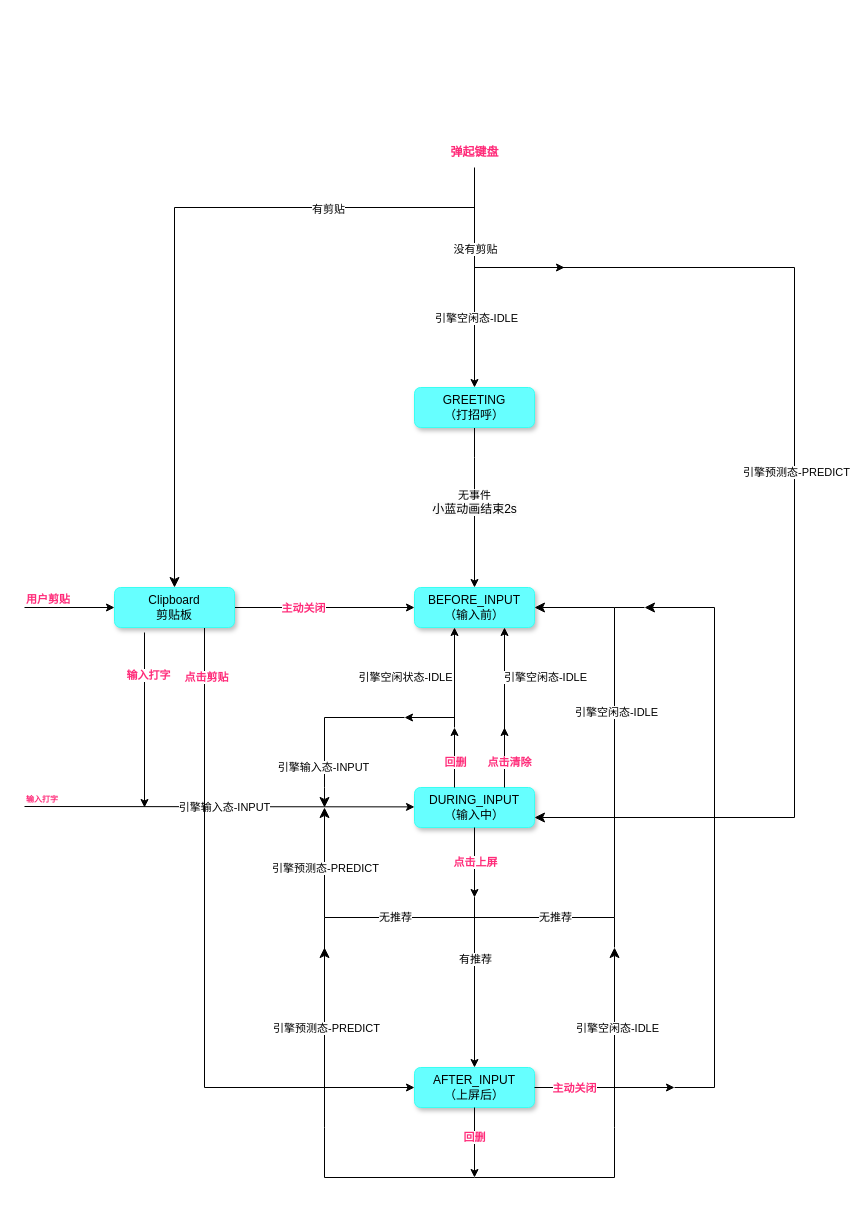
Adiudiu/test keeps this draw.io diagram as 候选状态流程图.drawio. Above is the earlier version. Source tidied: cells renumbered, new cells numbered last; positions are measured from the earlier drawing's top-left corner, leaving out a move shared by most shapes. Both pictures are drawn from the tidied source at 100%, with x=0, y=0 at pixel (24, 137).
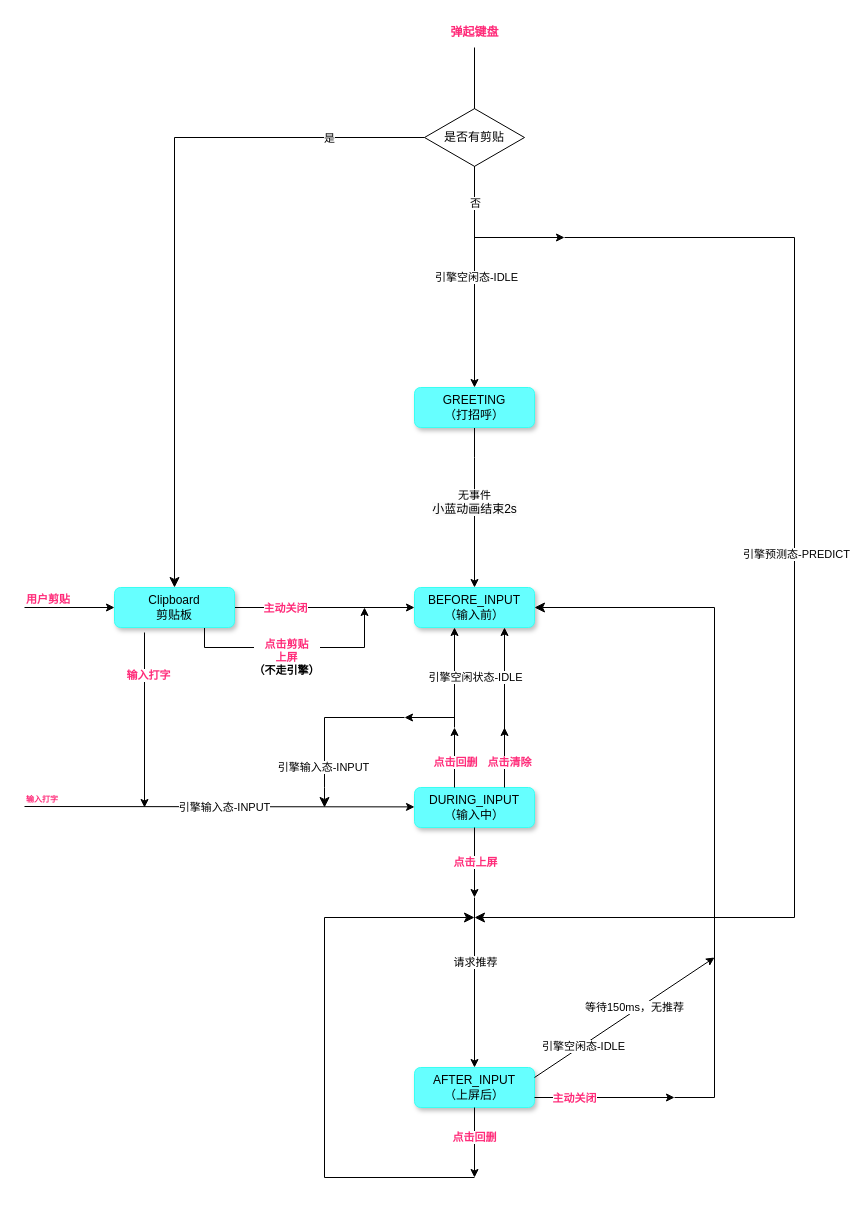
Above is the later version.

Commit message:
更新候选状态流程图.drawio

Unchanged cells that the change refers to:
```xml
<mxCell id="5" value="BEFORE_INPUT&lt;br&gt;（输入前）" style="rounded=1;whiteSpace=wrap;html=1;fontSize=12;glass=0;strokeWidth=1;shadow=1;strokeColor=#38FFF2;fillColor=#66FFFF;" parent="1" vertex="1">
  <mxGeometry x="390" y="450" width="120" height="40" as="geometry" />
</mxCell>
<mxCell id="7" value="AFTER_INPUT&lt;br&gt;（上屏后）" style="rounded=1;whiteSpace=wrap;html=1;fontSize=12;glass=0;strokeWidth=1;shadow=1;strokeColor=#38FFF2;fillColor=#66FFFF;" parent="1" vertex="1">
  <mxGeometry x="390" y="930" width="120" height="40" as="geometry" />
</mxCell>
<mxCell id="8" style="endArrow=classic;html=1;rounded=0;entryX=0.5;entryY=0;entryDx=0;entryDy=0;" parent="1" edge="1" source="57" target="4">
  <mxGeometry relative="1" as="geometry" />
</mxCell>
<mxCell id="21" style="endArrow=classic;html=1;rounded=0;" parent="1" edge="1" target="7">
  <mxGeometry relative="1" as="geometry">
    <mxPoint x="450" y="760" as="sourcePoint" />
  </mxGeometry>
</mxCell>
<mxCell id="26" style="endArrow=classic;html=1;rounded=0;entryX=0.75;entryY=1;entryDx=0;entryDy=0;" parent="1" edge="1" target="5">
  <mxGeometry relative="1" as="geometry">
    <mxPoint x="480" y="600" as="sourcePoint" />
  </mxGeometry>
</mxCell>
<mxCell id="28" style="endArrow=classic;html=1;rounded=0;" parent="1" edge="1">
  <mxGeometry relative="1" as="geometry">
    <mxPoint x="430" y="650" as="sourcePoint" />
    <mxPoint x="430" y="590" as="targetPoint" />
  </mxGeometry>
</mxCell>
<mxCell id="30" style="endArrow=classic;html=1;rounded=0;entryX=0.5;entryY=1;entryDx=0;entryDy=0;" parent="1" edge="1">
  <mxGeometry relative="1" as="geometry">
    <mxPoint x="430" y="590" as="sourcePoint" />
    <mxPoint x="430" y="490" as="targetPoint" />
  </mxGeometry>
</mxCell>
<mxCell id="34" style="endArrow=classic;html=1;rounded=0;" parent="1" edge="1">
  <mxGeometry relative="1" as="geometry">
    <mxPoint x="450" y="970" as="sourcePoint" />
    <mxPoint x="450" y="1040" as="targetPoint" />
  </mxGeometry>
</mxCell>
<mxCell id="50" style="edgeStyle=orthogonalEdgeStyle;rounded=0;jettySize=auto;html=1;" parent="1" edge="1" source="54" target="5">
  <mxGeometry relative="1" as="geometry" />
</mxCell>
<mxCell id="54" value="Clipboard&lt;br&gt;剪贴板" style="rounded=1;whiteSpace=wrap;html=1;fontSize=12;glass=0;strokeWidth=1;shadow=1;strokeColor=#38FFF2;fillColor=#66FFFF;" parent="1" vertex="1">
  <mxGeometry x="90" y="450" width="120" height="40" as="geometry" />
</mxCell>
```

The edit, as a diff of the source:
```diff
@@
     <mxCell id="9" value="引擎空闲态-IDLE" style="edgeLabel;html=1;align=center;verticalAlign=middle;" parent="8" vertex="1">
       <mxGeometry relative="1" as="geometry">
-        <mxPoint x="1" y="40" as="offset" />
+        <mxPoint x="1" y="59" as="offset" />
       </mxGeometry>
     </mxCell>
-    <mxCell id="10" value="没有剪贴" style="edgeLabel;html=1;align=center;verticalAlign=middle;" parent="8" vertex="1">
-      <mxGeometry x="-0.73" y="-1" relative="1" as="geometry">
-        <mxPoint x="1" y="51" as="offset" />
-      </mxGeometry>
-    </mxCell>
+    <mxCell id="62" value="否" style="edgeLabel;html=1;align=center;verticalAlign=middle;" parent="8" vertex="1">
+      <mxGeometry x="-0.09" relative="1" as="geometry" />
+    </mxCell>
-    <mxCell id="11" style="edgeStyle=segmentEdgeStyle;endArrow=classic;html=1;curved=0;rounded=0;endSize=8;startSize=8;entryX=1;entryY=0.5;entryDx=0;entryDy=0;" parent="1" edge="1">
+    <mxCell id="11" style="edgeStyle=segmentEdgeStyle;endArrow=classic;html=1;curved=0;rounded=0;endSize=8;startSize=8;" parent="1" edge="1">
       <mxGeometry relative="1" as="geometry">
-        <mxPoint x="490" y="130" as="sourcePoint" />
-        <mxPoint x="510" y="680" as="targetPoint" />
+        <mxPoint x="540" y="100" as="sourcePoint" />
+        <mxPoint x="450" y="780" as="targetPoint" />
         <Array as="points">
-          <mxPoint x="490" y="130" />
-          <mxPoint x="770" y="130" />
-          <mxPoint x="770" y="680" />
+          <mxPoint x="540" y="100" />
+          <mxPoint x="770" y="100" />
+          <mxPoint x="770" y="780" />
         </Array>
       </mxGeometry>
     </mxCell>
@@
-    <mxCell id="18" style="edgeStyle=segmentEdgeStyle;endArrow=classic;html=1;curved=0;rounded=0;endSize=8;startSize=8;entryX=1;entryY=0.5;entryDx=0;entryDy=0;" parent="1" edge="1" target="5">
-      <mxGeometry relative="1" as="geometry">
-        <mxPoint x="450" y="760" as="sourcePoint" />
-        <Array as="points">
-          <mxPoint x="450" y="780" />
-          <mxPoint x="590" y="780" />
-          <mxPoint x="590" y="470" />
-        </Array>
-      </mxGeometry>
-    </mxCell>
-    <mxCell id="19" value="无推荐" style="edgeLabel;html=1;align=center;verticalAlign=middle;" parent="18" vertex="1">
-      <mxGeometry x="-0.17" y="-2" relative="1" as="geometry">
-        <mxPoint x="-62" y="67" as="offset" />
-      </mxGeometry>
-    </mxCell>
-    <mxCell id="20" value="引擎空闲态-IDLE" style="edgeLabel;html=1;align=center;verticalAlign=middle;" parent="18" vertex="1">
-      <mxGeometry x="0.33" y="-1" relative="1" as="geometry" />
-    </mxCell>
@@
-    <mxCell id="22" value="有推荐" style="edgeLabel;html=1;align=center;verticalAlign=middle;" parent="21" vertex="1">
-      <mxGeometry x="0.34" y="4" relative="1" as="geometry">
-        <mxPoint x="-4" y="-53" as="offset" />
-      </mxGeometry>
-    </mxCell>
-    <mxCell id="23" style="edgeStyle=segmentEdgeStyle;endArrow=classic;html=1;curved=0;rounded=0;endSize=8;startSize=8;" parent="1" edge="1">
-      <mxGeometry relative="1" as="geometry">
-        <mxPoint x="450" y="760" as="sourcePoint" />
-        <mxPoint x="300" y="670" as="targetPoint" />
-        <Array as="points">
-          <mxPoint x="450" y="780" />
-          <mxPoint x="300" y="780" />
-          <mxPoint x="300" y="670" />
-        </Array>
-      </mxGeometry>
-    </mxCell>
-    <mxCell id="24" value="无推荐" style="edgeLabel;html=1;align=center;verticalAlign=middle;" parent="23" vertex="1">
-      <mxGeometry x="-0.38" y="-1" relative="1" as="geometry">
-        <mxPoint x="-13" as="offset" />
-      </mxGeometry>
-    </mxCell>
-    <mxCell id="25" value="引擎预测态-PREDICT" style="edgeLabel;html=1;align=center;verticalAlign=middle;" parent="23" vertex="1">
-      <mxGeometry x="0.49" relative="1" as="geometry">
-        <mxPoint y="-11" as="offset" />
-      </mxGeometry>
-    </mxCell>
+    <mxCell id="63" value="请求推荐" style="edgeLabel;html=1;align=center;verticalAlign=middle;" parent="21" vertex="1">
+      <mxGeometry x="-0.25" relative="1" as="geometry" />
+    </mxCell>
@@
-    <mxCell id="27" value="引擎空闲态-IDLE" style="edgeLabel;html=1;align=center;verticalAlign=middle;" parent="26" vertex="1">
-      <mxGeometry x="0.03" y="-1" relative="1" as="geometry">
-        <mxPoint x="39" y="-4" as="offset" />
-      </mxGeometry>
-    </mxCell>
@@
-    <mxCell id="29" value="&lt;b&gt;&lt;font color=&quot;#ff2b79&quot;&gt;回删&lt;/font&gt;&lt;/b&gt;" style="edgeLabel;html=1;align=center;verticalAlign=middle;" parent="28" vertex="1">
+    <mxCell id="29" value="&lt;b&gt;&lt;font color=&quot;#ff2b79&quot;&gt;点击回删&lt;/font&gt;&lt;/b&gt;" style="edgeLabel;html=1;align=center;verticalAlign=middle;" parent="28" vertex="1">
       <mxGeometry x="-0.15" y="-3" relative="1" as="geometry">
         <mxPoint x="-3" as="offset" />
       </mxGeometry>
     </mxCell>
@@
     <mxCell id="31" value="引擎空闲状态-IDLE" style="edgeLabel;html=1;align=center;verticalAlign=middle;" parent="30" vertex="1">
       <mxGeometry x="0.01" relative="1" as="geometry">
-        <mxPoint x="-50" as="offset" />
+        <mxPoint x="20" as="offset" />
       </mxGeometry>
     </mxCell>
@@
-    <mxCell id="35" value="&lt;b&gt;&lt;font color=&quot;#ff2b79&quot;&gt;回删&lt;/font&gt;&lt;/b&gt;" style="edgeLabel;html=1;align=center;verticalAlign=middle;" parent="34" vertex="1">
+    <mxCell id="35" value="&lt;b&gt;&lt;font color=&quot;#ff2b79&quot;&gt;点击回删&lt;/font&gt;&lt;/b&gt;" style="edgeLabel;html=1;align=center;verticalAlign=middle;" parent="34" vertex="1">
       <mxGeometry x="-0.16" y="-3" relative="1" as="geometry">
         <mxPoint x="2" as="offset" />
       </mxGeometry>
     </mxCell>
-    <mxCell id="36" style="edgeStyle=segmentEdgeStyle;endArrow=classic;html=1;curved=0;rounded=0;endSize=8;startSize=8;" parent="1" edge="1">
-      <mxGeometry relative="1" as="geometry">
-        <mxPoint x="450" y="1040" as="sourcePoint" />
-        <mxPoint x="590" y="810" as="targetPoint" />
-        <Array as="points">
-          <mxPoint x="590" y="1040" />
-          <mxPoint x="590" y="990" />
-        </Array>
-      </mxGeometry>
-    </mxCell>
-    <mxCell id="37" value="引擎空闲态-IDLE" style="edgeLabel;html=1;align=center;verticalAlign=middle;" parent="36" vertex="1">
-      <mxGeometry x="0.43" y="-2" relative="1" as="geometry">
-        <mxPoint y="-25" as="offset" />
-      </mxGeometry>
-    </mxCell>
-    <mxCell id="38" style="endArrow=none;html=1;rounded=0;" parent="1" edge="1">
-      <mxGeometry relative="1" as="geometry">
-        <mxPoint x="590" y="810" as="sourcePoint" />
-        <mxPoint x="590" y="780" as="targetPoint" />
-      </mxGeometry>
-    </mxCell>
     <mxCell id="39" style="edgeStyle=segmentEdgeStyle;endArrow=classic;html=1;curved=0;rounded=0;endSize=8;startSize=8;" parent="1" edge="1">
       <mxGeometry relative="1" as="geometry">
         <mxPoint x="450" y="1040" as="sourcePoint" />
-        <mxPoint x="300" y="810" as="targetPoint" />
+        <mxPoint x="450" y="780" as="targetPoint" />
         <Array as="points">
           <mxPoint x="300" y="1040" />
-          <mxPoint x="300" y="990" />
+          <mxPoint x="300" y="780" />
         </Array>
       </mxGeometry>
     </mxCell>
-    <mxCell id="40" value="引擎预测态-PREDICT" style="edgeLabel;html=1;align=center;verticalAlign=middle;" parent="39" vertex="1">
-      <mxGeometry x="0.4" y="-1" relative="1" as="geometry">
-        <mxPoint y="-34" as="offset" />
-      </mxGeometry>
-    </mxCell>
-    <mxCell id="41" style="endArrow=none;html=1;rounded=0;" parent="1" edge="1">
-      <mxGeometry relative="1" as="geometry">
-        <mxPoint x="300" y="820" as="sourcePoint" />
-        <mxPoint x="300" y="780" as="targetPoint" />
-      </mxGeometry>
-    </mxCell>
     <mxCell id="42" style="endArrow=classic;html=1;rounded=0;" parent="1" edge="1">
       <mxGeometry relative="1" as="geometry">
-        <mxPoint x="510" y="950" as="sourcePoint" />
-        <mxPoint x="650" y="950" as="targetPoint" />
+        <mxPoint x="510" y="960" as="sourcePoint" />
+        <mxPoint x="650" y="960" as="targetPoint" />
       </mxGeometry>
     </mxCell>
@@
-    <mxCell id="44" style="edgeStyle=segmentEdgeStyle;endArrow=classic;html=1;curved=0;rounded=0;endSize=8;startSize=8;" parent="1" edge="1">
+    <mxCell id="44" style="edgeStyle=segmentEdgeStyle;endArrow=classic;html=1;curved=0;rounded=0;endSize=8;startSize=8;entryX=1;entryY=0.5;entryDx=0;entryDy=0;" parent="1" edge="1" target="5">
       <mxGeometry relative="1" as="geometry">
-        <mxPoint x="650" y="950" as="sourcePoint" />
-        <mxPoint x="620" y="470" as="targetPoint" />
+        <mxPoint x="650" y="960" as="sourcePoint" />
         <Array as="points">
-          <mxPoint x="690" y="950" />
+          <mxPoint x="690" y="960" />
           <mxPoint x="690" y="470" />
         </Array>
       </mxGeometry>
     </mxCell>
-    <mxCell id="45" style="endArrow=none;html=1;rounded=0;" parent="1" edge="1">
-      <mxGeometry relative="1" as="geometry">
-        <mxPoint x="590" y="470" as="sourcePoint" />
-        <mxPoint x="620" y="470" as="targetPoint" />
-      </mxGeometry>
-    </mxCell>
     <mxCell id="46" style="endArrow=classic;html=1;rounded=0;" parent="1" edge="1">
       <mxGeometry relative="1" as="geometry">
-        <mxPoint x="450" y="130" as="sourcePoint" />
-        <mxPoint x="540" y="130" as="targetPoint" />
+        <mxPoint x="450" y="100" as="sourcePoint" />
+        <mxPoint x="540" y="100" as="targetPoint" />
       </mxGeometry>
     </mxCell>
@@
     <mxCell id="51" value="&lt;b&gt;&lt;font color=&quot;#ff2b79&quot;&gt;主动关闭&lt;/font&gt;&lt;/b&gt;" style="edgeLabel;html=1;align=center;verticalAlign=middle;" parent="50" vertex="1">
       <mxGeometry x="-0.32" y="-1" relative="1" as="geometry">
-        <mxPoint x="7" y="-1" as="offset" />
+        <mxPoint x="-11" y="-1" as="offset" />
       </mxGeometry>
     </mxCell>
-    <mxCell id="52" style="edgeStyle=orthogonalEdgeStyle;rounded=0;jettySize=auto;html=1;entryX=0;entryY=0.5;entryDx=0;entryDy=0;" parent="1" edge="1" target="7">
+    <mxCell id="52" style="edgeStyle=orthogonalEdgeStyle;rounded=0;orthogonalLoop=1;jettySize=auto;html=1;" parent="1" edge="1">
       <mxGeometry relative="1" as="geometry">
         <mxPoint x="160" y="490" as="sourcePoint" />
+        <mxPoint x="340" y="470" as="targetPoint" />
         <Array as="points">
           <mxPoint x="180" y="490" />
-          <mxPoint x="180" y="950" />
+          <mxPoint x="180" y="510" />
+          <mxPoint x="340" y="510" />
         </Array>
       </mxGeometry>
     </mxCell>
-    <mxCell id="53" value="&lt;b&gt;&lt;font color=&quot;#ff2b79&quot;&gt;点击剪贴&lt;/font&gt;&lt;/b&gt;" style="edgeLabel;html=1;align=center;verticalAlign=middle;" parent="52" vertex="1">
+    <mxCell id="53" value="&lt;b&gt;&lt;font color=&quot;#ff2b79&quot;&gt;点击剪贴&lt;/font&gt;&lt;br&gt;&lt;font color=&quot;#ff2b79&quot;&gt;上屏&lt;/font&gt;&lt;br&gt;（不走引擎）&lt;br&gt;&lt;/b&gt;" style="edgeLabel;html=1;align=center;verticalAlign=middle;" parent="52" vertex="1">
       <mxGeometry x="-0.86" y="1" relative="1" as="geometry">
-        <mxPoint y="21" as="offset" />
+        <mxPoint x="84" y="30" as="offset" />
       </mxGeometry>
     </mxCell>
@@
     <mxCell id="57" value="&lt;b&gt;&lt;font color=&quot;#ff2b79&quot;&gt;弹起键盘&lt;/font&gt;&lt;/b&gt;" style="text;html=1;align=center;verticalAlign=middle;points=[];strokeColor=none;fillColor=none;" parent="1" vertex="1">
-      <mxGeometry x="415" width="70" height="30" as="geometry" />
+      <mxGeometry x="415" y="-120" width="70" height="30" as="geometry" />
     </mxCell>
-    <mxCell id="58" style="edgeStyle=segmentEdgeStyle;endArrow=classic;html=1;curved=0;rounded=0;endSize=8;startSize=8;entryX=0.5;entryY=0;entryDx=0;entryDy=0;" parent="1" edge="1" target="54">
-      <mxGeometry relative="1" as="geometry">
-        <mxPoint x="450" y="70" as="sourcePoint" />
-      </mxGeometry>
+    <mxCell id="58" style="edgeStyle=segmentEdgeStyle;endArrow=classic;html=1;curved=0;rounded=0;endSize=8;startSize=8;entryX=0.5;entryY=0;entryDx=0;entryDy=0;" parent="1" edge="1" source="67" target="54">
+      <mxGeometry relative="1" as="geometry" />
     </mxCell>
-    <mxCell id="59" value="有剪贴" style="edgeLabel;html=1;align=center;verticalAlign=middle;" parent="58" vertex="1">
+    <mxCell id="59" value="是" style="edgeLabel;html=1;align=center;verticalAlign=middle;" parent="58" vertex="1">
       <mxGeometry x="-0.55" y="1" relative="1" as="geometry">
-        <mxPoint x="6" as="offset" />
+        <mxPoint x="61" y="-1" as="offset" />
       </mxGeometry>
     </mxCell>
@@
+    <mxCell id="64" style="endArrow=classic;html=1;rounded=0;" parent="1" edge="1">
+      <mxGeometry relative="1" as="geometry">
+        <mxPoint x="510" y="940" as="sourcePoint" />
+        <mxPoint x="690" y="820" as="targetPoint" />
+      </mxGeometry>
+    </mxCell>
+    <mxCell id="65" value="等待150ms，无推荐" style="edgeLabel;html=1;align=center;verticalAlign=middle;" parent="64" vertex="1">
+      <mxGeometry x="-0.53" y="1" relative="1" as="geometry">
+        <mxPoint x="58" y="-41" as="offset" />
+      </mxGeometry>
+    </mxCell>
+    <mxCell id="66" value="引擎空闲态-IDLE" style="edgeLabel;html=1;align=center;verticalAlign=middle;" parent="64" vertex="1">
+      <mxGeometry x="-0.46" y="-1" relative="1" as="geometry" />
+    </mxCell>
+    <mxCell id="67" value="是否有剪贴" style="html=1;whiteSpace=wrap;shape=isoRectangle;" parent="1" vertex="1">
+      <mxGeometry x="400" y="-30" width="100" height="60" as="geometry" />
+    </mxCell>
```
